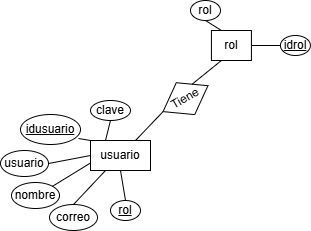
This is documentacion/Diagrama MER.drawio.png from crisalixis/dietetica, a draw.io export, as it was before one commit. Source tidied: cells renumbered, new cells last; positions are measured from the earlier drawing's top-left corner, leaving out a move shared by most shapes.
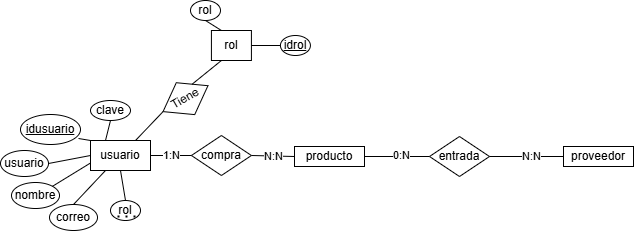
The same file after the commit.

The edit, as a diff of the source:
```diff
@@ -41,7 +41,7 @@
     <mxCell id="14" value="correo" style="ellipse;whiteSpace=wrap;html=1;" parent="1" vertex="1">
       <mxGeometry x="49" y="204" width="48" height="26" as="geometry" />
     </mxCell>
-    <mxCell id="15" value="&lt;div style=&quot;text-align: justify;&quot;&gt;&lt;u style=&quot;background-color: initial;&quot;&gt;rol&lt;/u&gt;&lt;/div&gt;" style="ellipse;whiteSpace=wrap;html=1;" parent="1" vertex="1">
+    <mxCell id="15" value="&lt;div style=&quot;text-align: justify;&quot;&gt;&lt;span style=&quot;background-color: initial;&quot;&gt;rol&lt;/span&gt;&lt;/div&gt;" style="ellipse;whiteSpace=wrap;html=1;" parent="1" vertex="1">
       <mxGeometry x="110" y="200" width="30" height="20" as="geometry" />
     </mxCell>
     <mxCell id="16" value="clave" style="ellipse;whiteSpace=wrap;html=1;" parent="1" vertex="1">
@@ -65,5 +65,41 @@
     <mxCell id="22" style="endArrow=none;html=1;rounded=0;entryX=0.5;entryY=1;entryDx=0;entryDy=0;exitX=0.25;exitY=0;exitDx=0;exitDy=0;" parent="1" edge="1" source="2" target="16">
       <mxGeometry relative="1" as="geometry" />
     </mxCell>
+    <mxCell id="23" value="compra" style="rhombus;whiteSpace=wrap;html=1;" parent="1" vertex="1">
+      <mxGeometry x="190.9" y="135" width="60" height="40" as="geometry" />
+    </mxCell>
+    <mxCell id="24" value="1:N" style="endArrow=none;html=1;rounded=0;entryX=1;entryY=0.5;entryDx=0;entryDy=0;exitX=0;exitY=0.5;exitDx=0;exitDy=0;" parent="1" edge="1" source="23" target="2">
+      <mxGeometry x="-0.02" relative="1" as="geometry" />
+    </mxCell>
+    <mxCell id="25" style="endArrow=none;dashed=1;html=1;dashPattern=1 3;strokeWidth=2;rounded=0;" parent="1" edge="1">
+      <mxGeometry relative="1" as="geometry">
+        <mxPoint x="117" y="216" as="sourcePoint" />
+        <mxPoint x="137" y="216" as="targetPoint" />
+      </mxGeometry>
+    </mxCell>
+    <mxCell id="26" value="producto" style="rounded=0;whiteSpace=wrap;html=1;" parent="1" vertex="1">
+      <mxGeometry x="294" y="146" width="70" height="20" as="geometry" />
+    </mxCell>
+    <mxCell id="27" value="N:N" style="endArrow=none;html=1;rounded=0;exitX=1;exitY=0.5;exitDx=0;exitDy=0;entryX=0;entryY=0.5;entryDx=0;entryDy=0;" parent="1" edge="1" source="23" target="26">
+      <mxGeometry relative="1" as="geometry" />
+    </mxCell>
+    <mxCell id="28" value="entrada" style="rhombus;whiteSpace=wrap;html=1;" parent="1" vertex="1">
+      <mxGeometry x="429" y="136" width="60" height="40" as="geometry" />
+    </mxCell>
+    <mxCell id="29" style="endArrow=none;html=1;rounded=0;exitX=1;exitY=0.5;exitDx=0;exitDy=0;entryX=0;entryY=0.5;entryDx=0;entryDy=0;" parent="1" edge="1" source="26" target="28">
+      <mxGeometry relative="1" as="geometry" />
+    </mxCell>
+    <mxCell id="30" value="0:N" style="edgeLabel;html=1;align=center;verticalAlign=middle;" parent="29" vertex="1">
+      <mxGeometry x="0.11" y="2" relative="1" as="geometry" />
+    </mxCell>
+    <mxCell id="31" value="proveedor" style="rounded=0;whiteSpace=wrap;html=1;" parent="1" vertex="1">
+      <mxGeometry x="563" y="146" width="70" height="20" as="geometry" />
+    </mxCell>
+    <mxCell id="32" style="endArrow=none;html=1;rounded=0;entryX=0;entryY=0.5;entryDx=0;entryDy=0;exitX=1;exitY=0.5;exitDx=0;exitDy=0;" parent="1" edge="1" source="28" target="31">
+      <mxGeometry relative="1" as="geometry" />
+    </mxCell>
+    <mxCell id="33" value="N:N" style="edgeLabel;html=1;align=center;verticalAlign=middle;" parent="32" vertex="1">
+      <mxGeometry x="0.11" y="1" relative="1" as="geometry" />
+    </mxCell>
   </root>
 </mxGraphModel>
```
